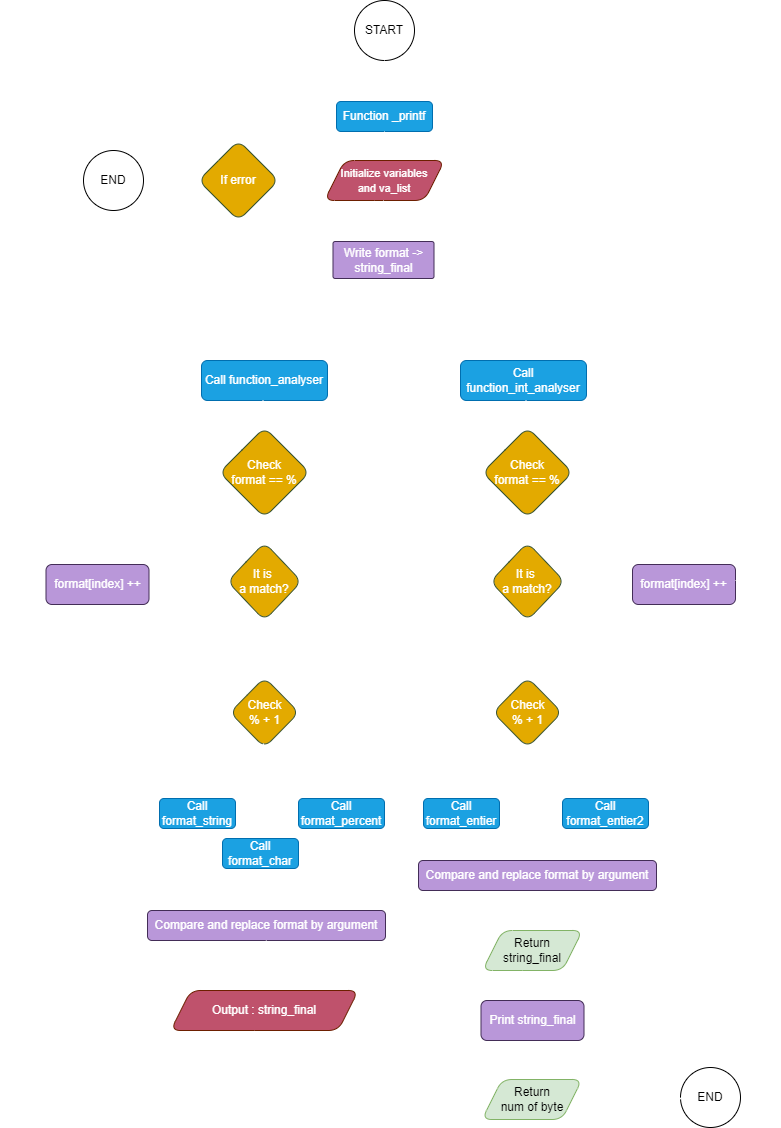
This is flowchart_printf.png from savvyh/holbertonschool-printf, a draw.io export, as it was before one commit. Source tidied: cells renumbered, new cells last; positions are measured from the earlier drawing's top-left corner, leaving out a move shared by most shapes.
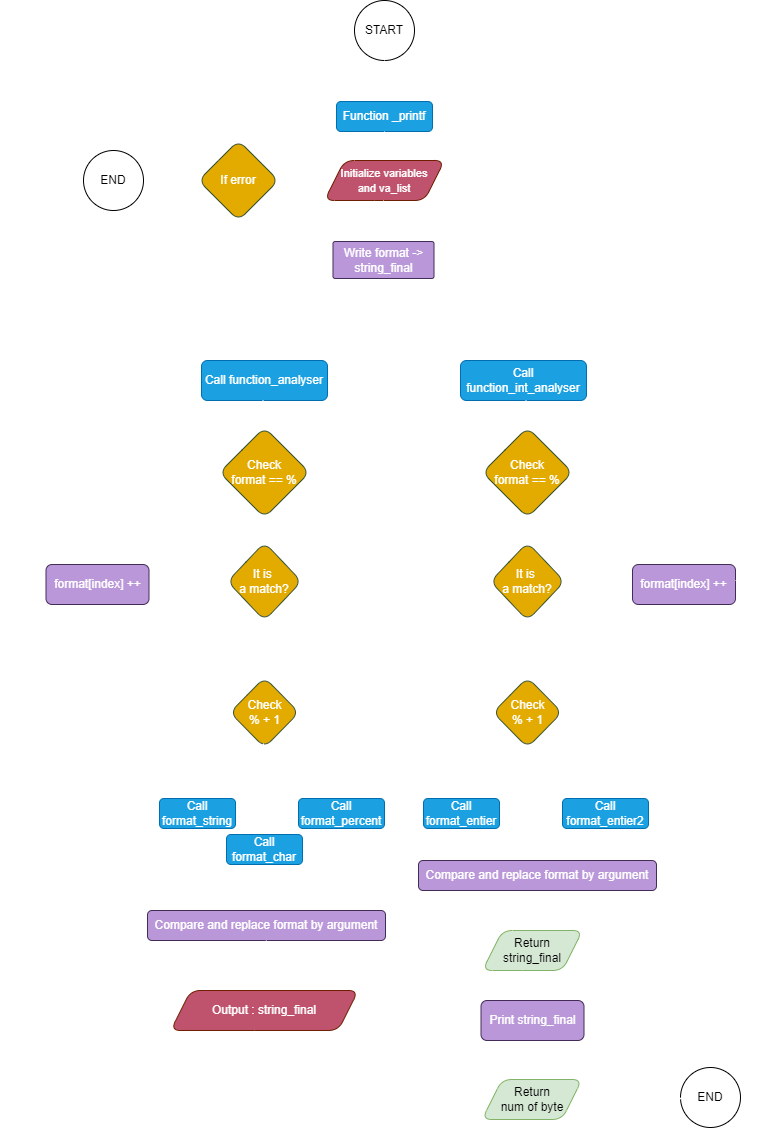
After the change.

Change to the diagram source:
```diff
@@ -241,7 +241,7 @@
     <mxCell id="57" value="yes" style="text;html=1;align=center;verticalAlign=middle;strokeColor=none;fillColor=none;fontColor=#FFFFFF;" parent="52" vertex="1">
       <mxGeometry x="40" y="215" width="40" height="30" as="geometry" />
     </mxCell>
-    <mxCell id="58" style="endArrow=classic;html=1;rounded=0;strokeColor=none;" parent="52" edge="1">
+    <mxCell id="58" style="endArrow=classic;html=1;rounded=0;strokeColor=#FFFFFF;" parent="52" edge="1">
       <mxGeometry relative="1" as="geometry">
         <mxPoint x="82" y="180" as="sourcePoint" />
         <mxPoint x="148" y="180" as="targetPoint" />
@@ -295,18 +295,13 @@
         </Array>
       </mxGeometry>
     </mxCell>
-    <mxCell id="68" style="endArrow=classic;html=1;rounded=0;strokeColor=#FFFFFF;" parent="1" edge="1" source="75">
-      <mxGeometry relative="1" as="geometry">
-        <mxPoint x="255" y="828" as="targetPoint" />
-      </mxGeometry>
-    </mxCell>
     <mxCell id="69" style="endArrow=classic;html=1;rounded=0;strokeColor=#FFFFFF;" parent="1" edge="1">
       <mxGeometry relative="1" as="geometry">
         <mxPoint x="255" y="745" as="sourcePoint" />
         <mxPoint x="285" y="798" as="targetPoint" />
       </mxGeometry>
     </mxCell>
-    <mxCell id="70" style="endArrow=classic;html=1;rounded=0;strokeColor=#FFFFFF;entryX=0.42;entryY=0;entryDx=0;entryDy=0;entryPerimeter=0;" parent="1" edge="1" target="75">
+    <mxCell id="70" style="endArrow=classic;html=1;rounded=0;strokeColor=#FFFFFF;entryX=0.48;entryY=0.067;entryDx=0;entryDy=0;entryPerimeter=0;" parent="1" edge="1" target="75">
       <mxGeometry relative="1" as="geometry">
         <mxPoint x="254" y="743" as="sourcePoint" />
       </mxGeometry>
@@ -318,7 +313,7 @@
       <mxGeometry x="150" y="798" width="76" height="30" as="geometry" />
     </mxCell>
     <mxCell id="73" value="Call format_char" style="rounded=1;whiteSpace=wrap;html=1;fillColor=#1ba1e2;fontColor=#ffffff;strokeColor=#006EAF;" parent="1" vertex="1">
-      <mxGeometry x="213" y="838" width="76" height="30" as="geometry" />
+      <mxGeometry x="217" y="834" width="76" height="30" as="geometry" />
     </mxCell>
     <mxCell id="74" value="Call format_percent" style="rounded=1;whiteSpace=wrap;html=1;fillColor=#1ba1e2;fontColor=#ffffff;strokeColor=#006EAF;" parent="1" vertex="1">
       <mxGeometry x="289" y="798" width="86" height="30" as="geometry" />
```
